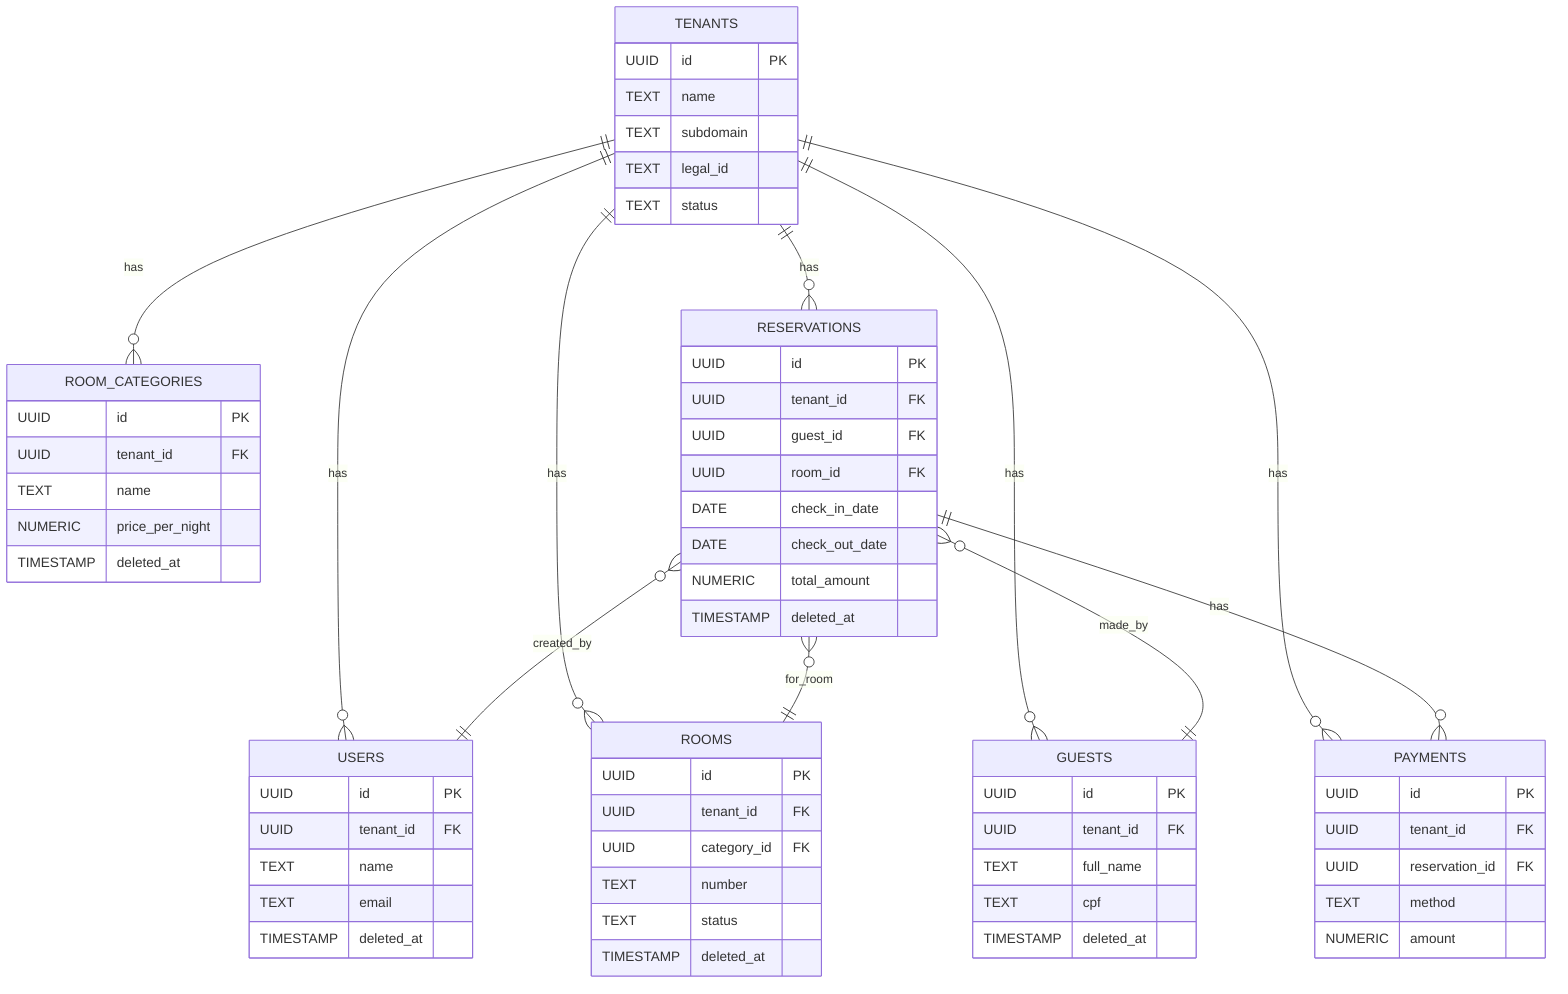
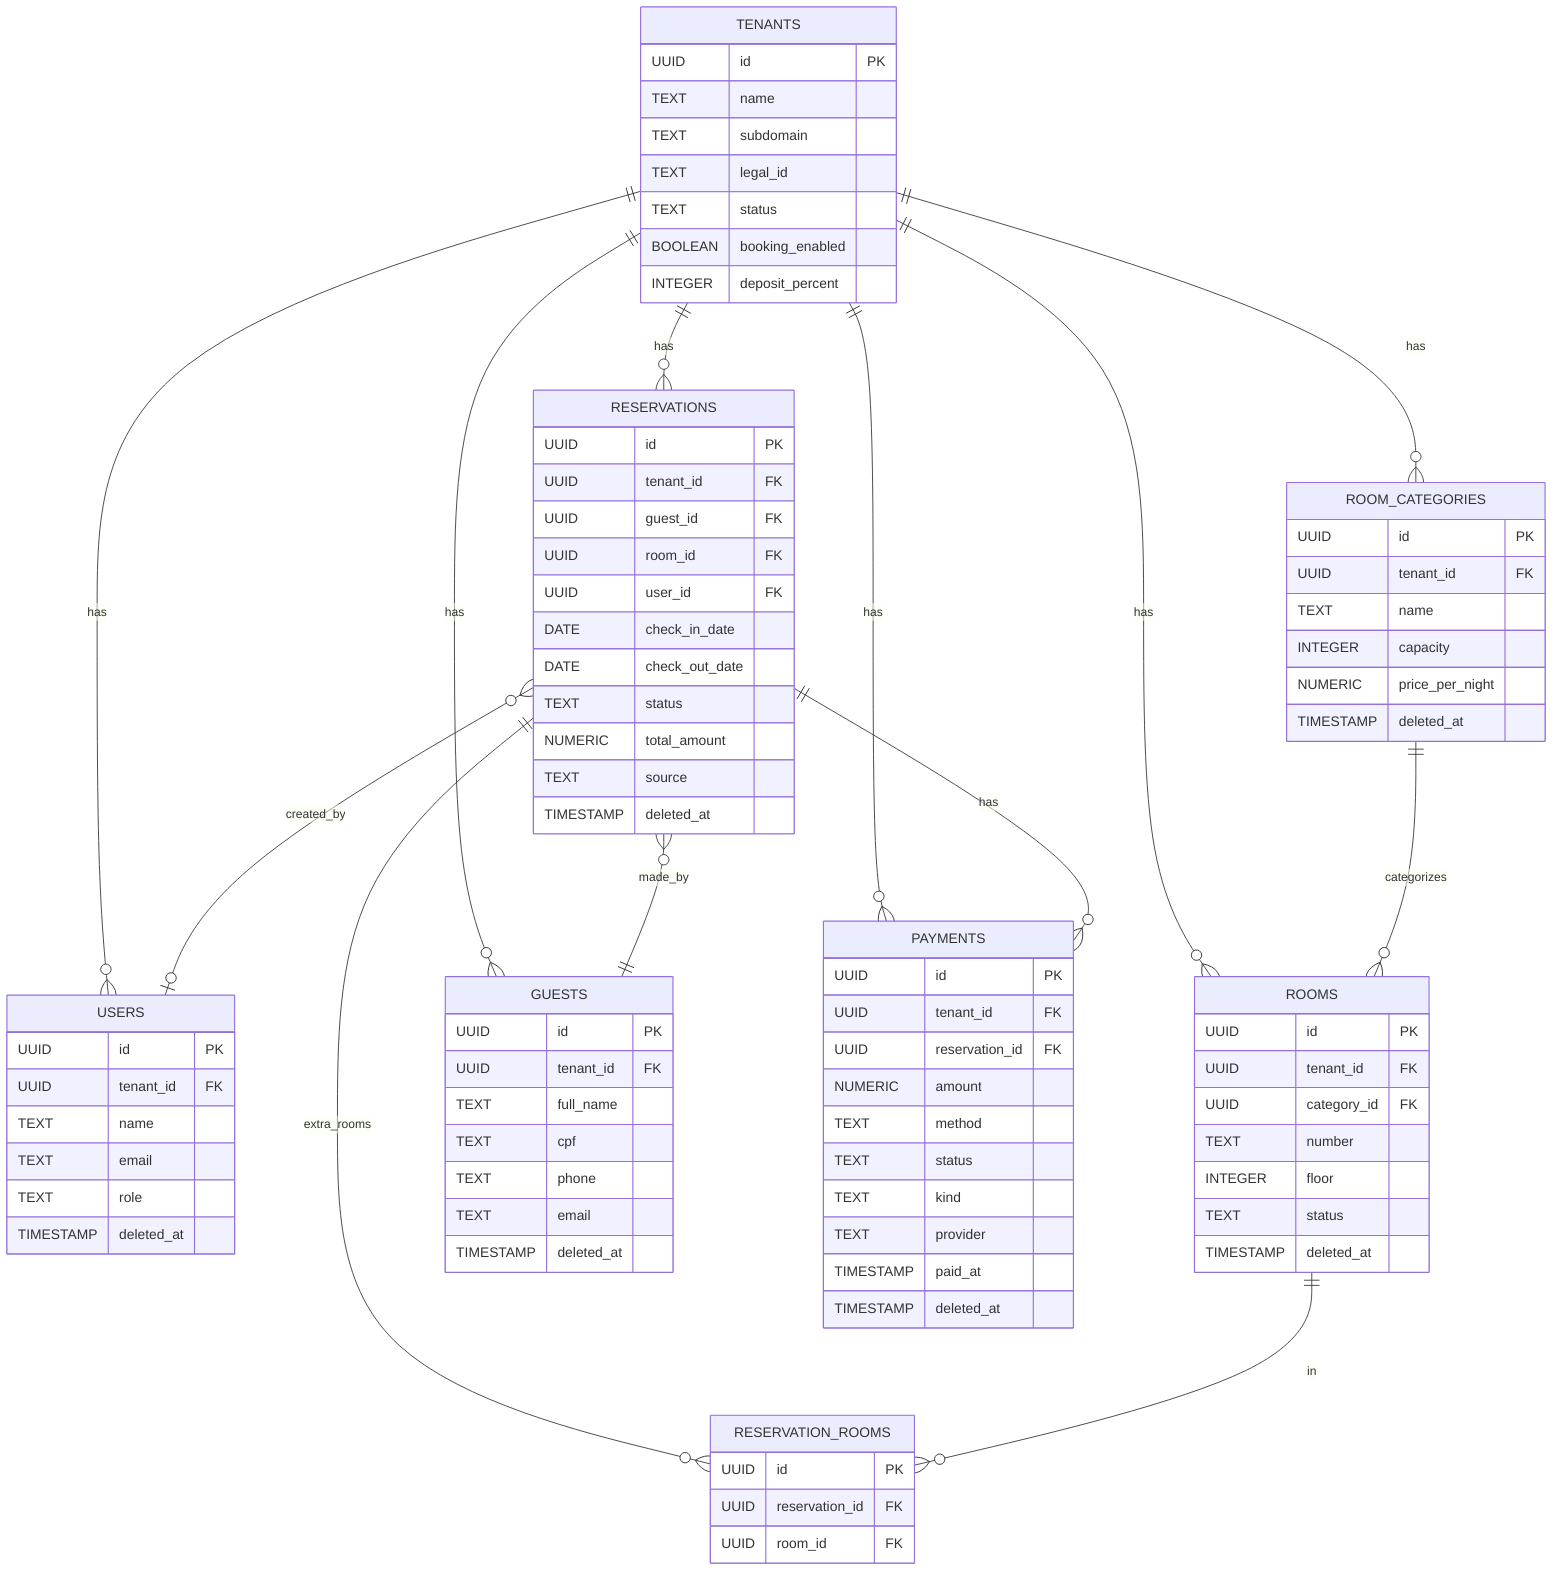
erDiagram
  TENANTS ||--o{ USERS : "has"
  TENANTS ||--o{ ROOM_CATEGORIES : "has"
  TENANTS ||--o{ ROOMS : "has"
  TENANTS ||--o{ GUESTS : "has"
  TENANTS ||--o{ RESERVATIONS : "has"
  TENANTS ||--o{ PAYMENTS : "has"
  RESERVATIONS }o--|| GUESTS : "made_by"
-   RESERVATIONS }o--|| ROOMS : "for_room"
-   RESERVATIONS }o--|| USERS : "created_by"
+   RESERVATIONS }o--o| USERS : "created_by"
  RESERVATIONS ||--o{ PAYMENTS : "has"
+   RESERVATIONS ||--o{ RESERVATION_ROOMS : "extra_rooms"
+   ROOMS ||--o{ RESERVATION_ROOMS : "in"
+   ROOM_CATEGORIES ||--o{ ROOMS : "categorizes"

  TENANTS {
    UUID id PK
    TEXT name
    TEXT subdomain
    TEXT legal_id
    TEXT status
+     BOOLEAN booking_enabled
+     INTEGER deposit_percent
  }
  USERS {
    UUID id PK
    UUID tenant_id FK
    TEXT name
    TEXT email
+     TEXT role
    TIMESTAMP deleted_at
  }
  ROOM_CATEGORIES {
    UUID id PK
    UUID tenant_id FK
    TEXT name
+     INTEGER capacity
    NUMERIC price_per_night
    TIMESTAMP deleted_at
  }
  ROOMS {
    UUID id PK
    UUID tenant_id FK
    UUID category_id FK
    TEXT number
+     INTEGER floor
    TEXT status
    TIMESTAMP deleted_at
  }
  GUESTS {
    UUID id PK
    UUID tenant_id FK
    TEXT full_name
    TEXT cpf
+     TEXT phone
+     TEXT email
    TIMESTAMP deleted_at
  }
  RESERVATIONS {
    UUID id PK
    UUID tenant_id FK
    UUID guest_id FK
    UUID room_id FK
+     UUID user_id FK
    DATE check_in_date
    DATE check_out_date
+     TEXT status
    NUMERIC total_amount
+     TEXT source
    TIMESTAMP deleted_at
+   }
+   RESERVATION_ROOMS {
+     UUID id PK
+     UUID reservation_id FK
+     UUID room_id FK
  }
  PAYMENTS {
    UUID id PK
    UUID tenant_id FK
    UUID reservation_id FK
+     NUMERIC amount
    TEXT method
-     NUMERIC amount
+     TEXT status
+     TEXT kind
+     TEXT provider
+     TIMESTAMP paid_at
+     TIMESTAMP deleted_at
  }